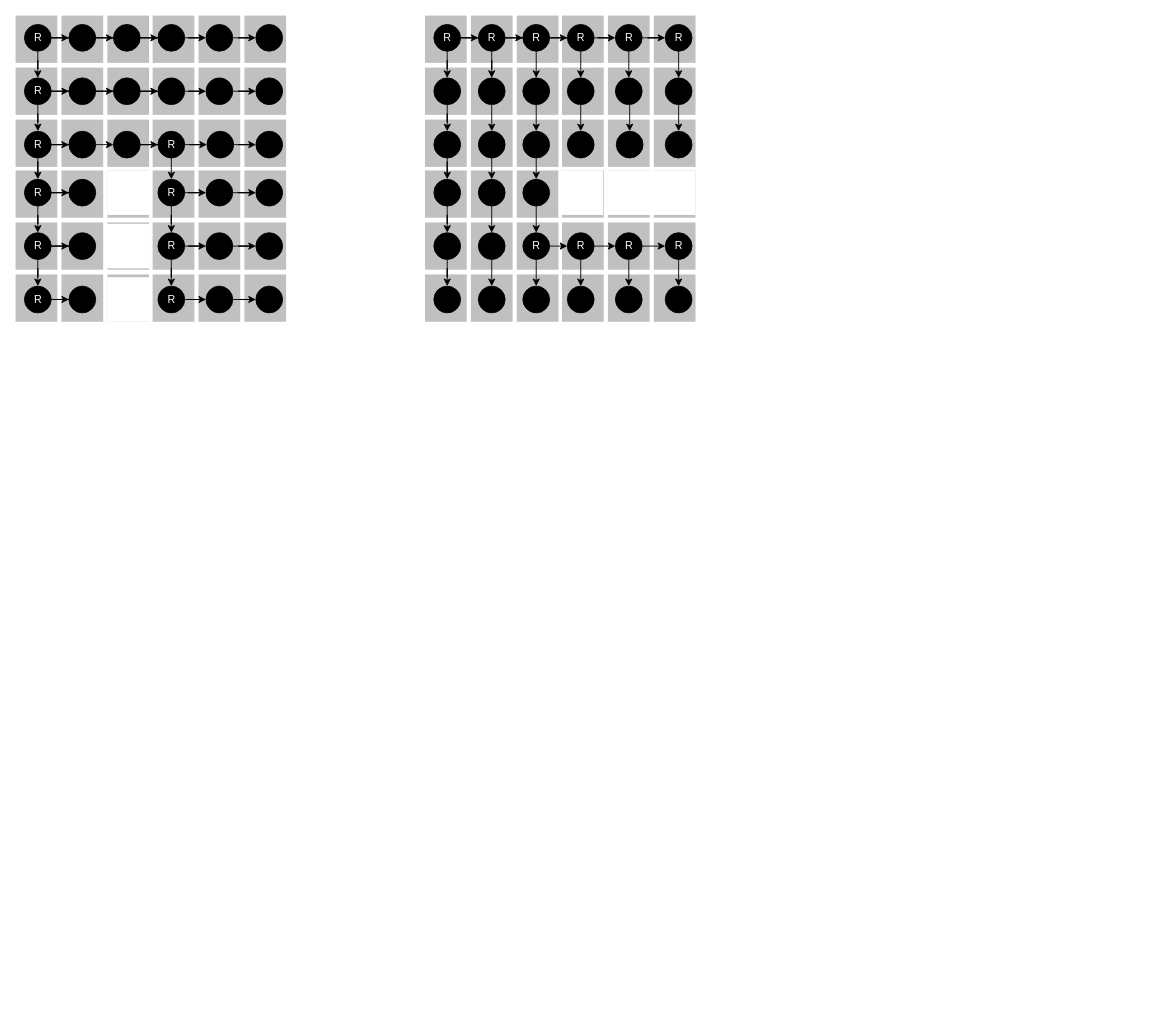
Earlier version of the draw.io diagram page "Page-5" (5 of 5) of Path planning flow chart.drawio (RandikaVS/Edfoci-chat-server). Source tidied: cells renumbered, new cells numbered last; positions are measured from the earlier drawing's top-left corner, leaving out a move shared by most shapes. Both pictures are drawn from the tidied source at 89%, with x=0, y=0 at pixel (15, 15).
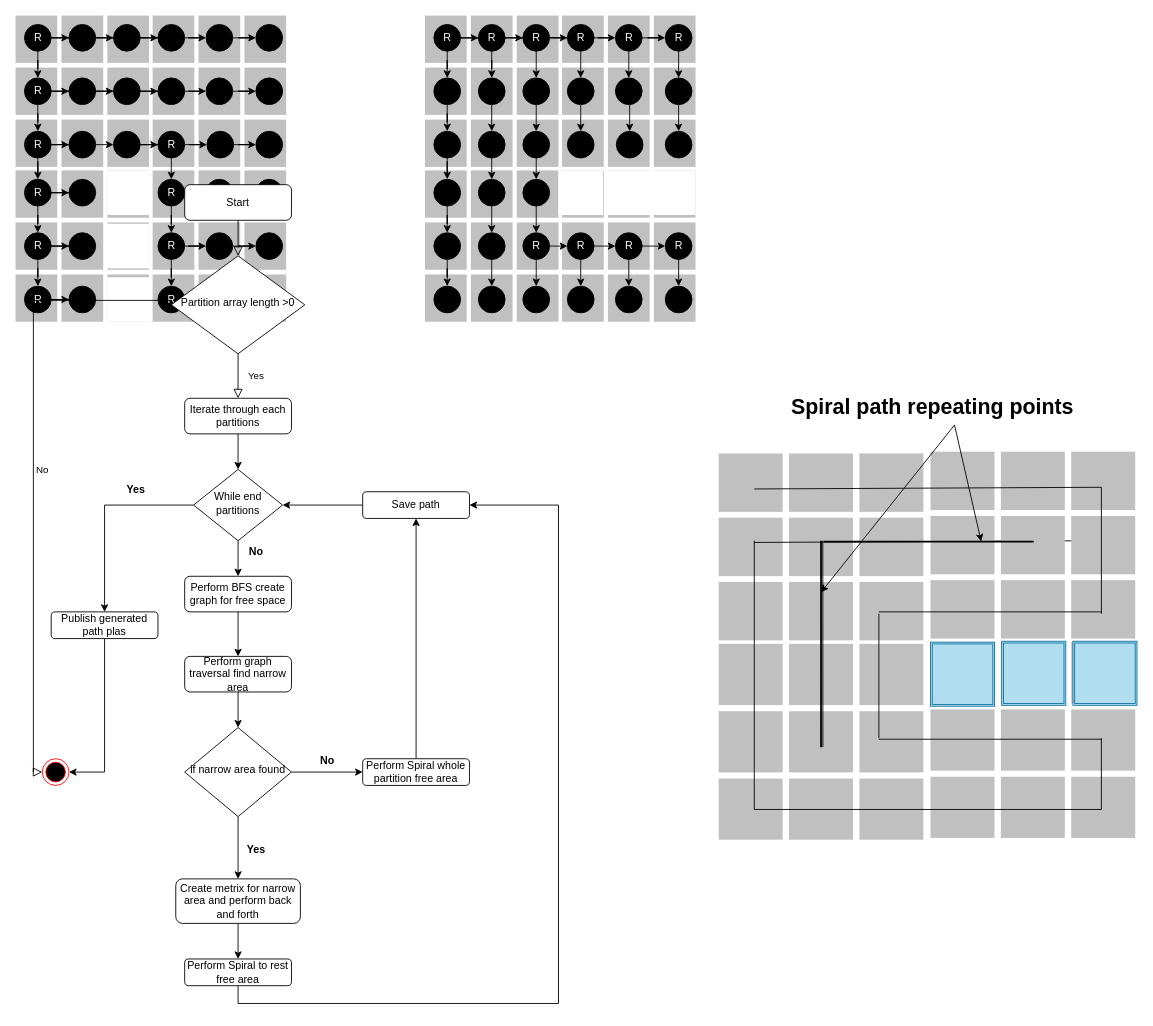
Above is the later version.

The edit, as a diff of the source:
```diff
@@
+    <mxCell id="157" style="rounded=0;html=1;jettySize=auto;fontSize=11;endArrow=block;endFill=0;endSize=8;strokeWidth=1;shadow=0;labelBackgroundColor=none;edgeStyle=orthogonalEdgeStyle;exitX=0.5;exitY=1;exitDx=0;exitDy=0;" parent="1" edge="1" source="163" target="160">
+      <mxGeometry relative="1" as="geometry" />
+    </mxCell>
+    <mxCell id="158" value="Yes" style="rounded=0;html=1;jettySize=auto;fontSize=11;endArrow=block;endFill=0;endSize=8;strokeWidth=1;shadow=0;labelBackgroundColor=none;edgeStyle=orthogonalEdgeStyle;entryX=0.5;entryY=0;entryDx=0;entryDy=0;" parent="1" edge="1" source="160" target="162">
+      <mxGeometry y="20" relative="1" as="geometry" />
+    </mxCell>
+    <mxCell id="159" value="No" style="edgeStyle=orthogonalEdgeStyle;rounded=0;html=1;jettySize=auto;fontSize=11;endArrow=block;endFill=0;endSize=8;strokeWidth=1;shadow=0;labelBackgroundColor=none;exitX=0;exitY=0.5;exitDx=0;exitDy=0;entryX=0;entryY=0.5;entryDx=0;entryDy=0;" parent="1" edge="1" source="160" target="181">
+      <mxGeometry y="10" relative="1" as="geometry">
+        <Array as="points">
+          <mxPoint x="175" y="320" />
+          <mxPoint x="20" y="320" />
+          <mxPoint x="20" y="850" />
+        </Array>
+      </mxGeometry>
+    </mxCell>
+    <mxCell id="160" value="Partition array length &amp;gt;0" style="rhombus;whiteSpace=wrap;html=1;shadow=0;fontFamily=Helvetica;fontSize=12;align=center;strokeWidth=1;spacing=6;spacingTop=-4;" parent="1" vertex="1">
+      <mxGeometry x="175" y="270" width="150" height="110" as="geometry" />
+    </mxCell>
+    <mxCell id="161" style="edgeStyle=orthogonalEdgeStyle;rounded=0;jettySize=auto;html=1;exitX=0.5;exitY=1;exitDx=0;exitDy=0;entryX=0.5;entryY=0;entryDx=0;entryDy=0;" parent="1" edge="1" source="162" target="168">
+      <mxGeometry relative="1" as="geometry" />
+    </mxCell>
+    <mxCell id="162" value="Iterate through each partitions" style="rounded=1;whiteSpace=wrap;html=1;fontSize=12;glass=0;strokeWidth=1;shadow=0;" parent="1" vertex="1">
+      <mxGeometry x="190" y="430" width="120" height="40" as="geometry" />
+    </mxCell>
+    <mxCell id="163" value="Start" style="rounded=1;whiteSpace=wrap;html=1;fontSize=12;glass=0;strokeWidth=1;shadow=0;" parent="1" vertex="1">
+      <mxGeometry x="190" y="190" width="120" height="40" as="geometry" />
+    </mxCell>
+    <mxCell id="164" style="edgeStyle=orthogonalEdgeStyle;rounded=0;jettySize=auto;html=1;exitX=0.5;exitY=1;exitDx=0;exitDy=0;entryX=0.5;entryY=0;entryDx=0;entryDy=0;" parent="1" edge="1" source="165" target="170">
+      <mxGeometry relative="1" as="geometry" />
+    </mxCell>
+    <mxCell id="165" value="Perform BFS create graph for free space" style="rounded=1;whiteSpace=wrap;html=1;fontSize=12;glass=0;strokeWidth=1;shadow=0;" parent="1" vertex="1">
+      <mxGeometry x="190" y="630" width="120" height="40" as="geometry" />
+    </mxCell>
+    <mxCell id="166" style="edgeStyle=orthogonalEdgeStyle;rounded=0;jettySize=auto;html=1;exitX=0.5;exitY=1;exitDx=0;exitDy=0;entryX=0.5;entryY=0;entryDx=0;entryDy=0;" parent="1" edge="1" source="168" target="165">
+      <mxGeometry relative="1" as="geometry" />
+    </mxCell>
+    <mxCell id="167" style="edgeStyle=orthogonalEdgeStyle;rounded=0;jettySize=auto;html=1;exitX=0;exitY=0.5;exitDx=0;exitDy=0;entryX=0.5;entryY=0;entryDx=0;entryDy=0;" parent="1" edge="1" source="168" target="186">
+      <mxGeometry relative="1" as="geometry" />
+    </mxCell>
+    <mxCell id="168" value="While end partitions" style="rhombus;whiteSpace=wrap;html=1;shadow=0;fontFamily=Helvetica;fontSize=12;align=center;strokeWidth=1;spacing=6;spacingTop=-4;" parent="1" vertex="1">
+      <mxGeometry x="200" y="510" width="100" height="80" as="geometry" />
+    </mxCell>
+    <mxCell id="169" style="edgeStyle=orthogonalEdgeStyle;rounded=0;jettySize=auto;html=1;exitX=0.5;exitY=1;exitDx=0;exitDy=0;entryX=0.5;entryY=0;entryDx=0;entryDy=0;" parent="1" edge="1" source="170" target="173">
+      <mxGeometry relative="1" as="geometry" />
+    </mxCell>
+    <mxCell id="170" value="Perform graph traversal find narrow area" style="rounded=1;whiteSpace=wrap;html=1;fontSize=12;glass=0;strokeWidth=1;shadow=0;" parent="1" vertex="1">
+      <mxGeometry x="190" y="720" width="120" height="40" as="geometry" />
+    </mxCell>
+    <mxCell id="171" style="edgeStyle=orthogonalEdgeStyle;rounded=0;jettySize=auto;html=1;exitX=1;exitY=0.5;exitDx=0;exitDy=0;entryX=0;entryY=0.5;entryDx=0;entryDy=0;" parent="1" edge="1" source="173" target="184">
+      <mxGeometry relative="1" as="geometry" />
+    </mxCell>
+    <mxCell id="172" style="edgeStyle=orthogonalEdgeStyle;rounded=0;jettySize=auto;html=1;exitX=0.5;exitY=1;exitDx=0;exitDy=0;" parent="1" edge="1" source="173" target="177">
+      <mxGeometry relative="1" as="geometry" />
+    </mxCell>
+    <mxCell id="173" value="if narrow area found" style="rhombus;whiteSpace=wrap;html=1;shadow=0;fontFamily=Helvetica;fontSize=12;align=center;strokeWidth=1;spacing=6;spacingTop=-4;" parent="1" vertex="1">
+      <mxGeometry x="190" y="800" width="120" height="100" as="geometry" />
+    </mxCell>
+    <mxCell id="174" value="No" style="text;align=center;fontStyle=1;verticalAlign=middle;spacingLeft=3;spacingRight=3;strokeColor=none;html=1;" parent="1" vertex="1">
+      <mxGeometry x="310" y="824" width="80" height="26" as="geometry" />
+    </mxCell>
+    <mxCell id="175" value="No" style="text;align=center;fontStyle=1;verticalAlign=middle;spacingLeft=3;spacingRight=3;strokeColor=none;html=1;" parent="1" vertex="1">
+      <mxGeometry x="230" y="590" width="80" height="26" as="geometry" />
+    </mxCell>
+    <mxCell id="176" style="edgeStyle=orthogonalEdgeStyle;rounded=0;jettySize=auto;html=1;exitX=0.5;exitY=1;exitDx=0;exitDy=0;entryX=0.5;entryY=0;entryDx=0;entryDy=0;" parent="1" edge="1" source="177" target="180">
+      <mxGeometry relative="1" as="geometry" />
+    </mxCell>
+    <mxCell id="177" value="Create metrix for narrow area and perform back and forth" style="rounded=1;whiteSpace=wrap;html=1;fontSize=12;glass=0;strokeWidth=1;shadow=0;" parent="1" vertex="1">
+      <mxGeometry x="180" y="970" width="140" height="50" as="geometry" />
+    </mxCell>
+    <mxCell id="178" value="Yes" style="text;align=center;fontStyle=1;verticalAlign=middle;spacingLeft=3;spacingRight=3;strokeColor=none;html=1;" parent="1" vertex="1">
+      <mxGeometry x="230" y="924" width="80" height="26" as="geometry" />
+    </mxCell>
+    <mxCell id="179" style="edgeStyle=orthogonalEdgeStyle;rounded=0;jettySize=auto;html=1;exitX=0.5;exitY=1;exitDx=0;exitDy=0;entryX=1;entryY=0.5;entryDx=0;entryDy=0;" parent="1" edge="1" source="180" target="213">
+      <mxGeometry relative="1" as="geometry">
+        <Array as="points">
+          <mxPoint x="250" y="1110" />
+          <mxPoint x="610" y="1110" />
+          <mxPoint x="610" y="550" />
+        </Array>
+      </mxGeometry>
+    </mxCell>
+    <mxCell id="180" value="Perform Spiral to rest free area" style="rounded=1;whiteSpace=wrap;html=1;fontSize=12;glass=0;strokeWidth=1;shadow=0;" parent="1" vertex="1">
+      <mxGeometry x="190" y="1060" width="120" height="30" as="geometry" />
+    </mxCell>
+    <mxCell id="181" style="ellipse;html=1;shape=endState;fillColor=#000000;strokeColor=#ff0000;" parent="1" vertex="1">
+      <mxGeometry x="30" y="835" width="30" height="30" as="geometry" />
+    </mxCell>
+    <mxCell id="182" value="Yes" style="text;align=center;fontStyle=1;verticalAlign=middle;spacingLeft=3;spacingRight=3;strokeColor=none;html=1;" parent="1" vertex="1">
+      <mxGeometry x="95" y="520" width="80" height="26" as="geometry" />
+    </mxCell>
+    <mxCell id="183" style="edgeStyle=orthogonalEdgeStyle;rounded=0;jettySize=auto;html=1;exitX=0.5;exitY=0;exitDx=0;exitDy=0;" parent="1" edge="1" source="184" target="213">
+      <mxGeometry relative="1" as="geometry" />
+    </mxCell>
+    <mxCell id="184" value="Perform Spiral whole partition free area" style="rounded=1;whiteSpace=wrap;html=1;fontSize=12;glass=0;strokeWidth=1;shadow=0;" parent="1" vertex="1">
+      <mxGeometry x="390" y="835" width="120" height="30" as="geometry" />
+    </mxCell>
+    <mxCell id="185" style="edgeStyle=orthogonalEdgeStyle;rounded=0;jettySize=auto;html=1;exitX=0.5;exitY=1;exitDx=0;exitDy=0;entryX=1;entryY=0.5;entryDx=0;entryDy=0;" parent="1" edge="1" source="186" target="181">
+      <mxGeometry relative="1" as="geometry" />
+    </mxCell>
+    <mxCell id="186" value="Publish generated path plas" style="rounded=1;whiteSpace=wrap;html=1;fontSize=12;glass=0;strokeWidth=1;shadow=0;" parent="1" vertex="1">
+      <mxGeometry x="40" y="670" width="120" height="30" as="geometry" />
+    </mxCell>
+    <mxCell id="187" style="group;" parent="1" vertex="1">
+      <mxGeometry x="790" y="490" width="470" height="436" as="geometry" />
+    </mxCell>
+    <mxCell id="188" style="group;" parent="187" vertex="1">
+      <mxGeometry y="2" width="230" height="434" as="geometry" />
+    </mxCell>
+    <mxCell id="189" style="html=1;verticalLabelPosition=bottom;labelBackgroundColor=#ffffff;verticalAlign=top;shadow=0;dashed=0;strokeWidth=1;shape=mxgraph.ios7ui.iconGrid;fillColor=#c0c0c0;gridSize=3,3;" parent="188" vertex="1">
+      <mxGeometry width="230" height="210" as="geometry" />
+    </mxCell>
+    <mxCell id="190" style="html=1;verticalLabelPosition=bottom;labelBackgroundColor=#ffffff;verticalAlign=top;shadow=0;dashed=0;strokeWidth=1;shape=mxgraph.ios7ui.iconGrid;fillColor=#c0c0c0;gridSize=3,3;" parent="188" vertex="1">
+      <mxGeometry y="214" width="230" height="220" as="geometry" />
+    </mxCell>
+    <mxCell id="191" style="endArrow=none;html=1;strokeWidth=1;rounded=0;exitX=0.835;exitY=0.867;exitDx=0;exitDy=0;exitPerimeter=0;" parent="188" edge="1">
+      <mxGeometry relative="1" as="geometry">
+        <mxPoint x="180" y="320" as="sourcePoint" />
+        <mxPoint x="180" y="180" as="targetPoint" />
+      </mxGeometry>
+    </mxCell>
+    <mxCell id="192" style="endArrow=none;html=1;strokeWidth=1;rounded=0;exitX=0.835;exitY=0.867;exitDx=0;exitDy=0;exitPerimeter=0;" parent="188" edge="1">
+      <mxGeometry relative="1" as="geometry">
+        <mxPoint x="40" y="400" as="sourcePoint" />
+        <mxPoint x="40" y="98" as="targetPoint" />
+      </mxGeometry>
+    </mxCell>
+    <mxCell id="193" style="endArrow=none;html=1;strokeWidth=1;rounded=0;exitX=0.835;exitY=0.867;exitDx=0;exitDy=0;exitPerimeter=0;" parent="188" edge="1">
+      <mxGeometry relative="1" as="geometry">
+        <mxPoint x="117.1" y="329.9" as="sourcePoint" />
+        <mxPoint x="117" y="98" as="targetPoint" />
+      </mxGeometry>
+    </mxCell>
+    <mxCell id="194" style="endArrow=none;html=1;strokeWidth=1;rounded=0;exitX=0.174;exitY=0.19;exitDx=0;exitDy=0;exitPerimeter=0;" parent="188" edge="1">
+      <mxGeometry relative="1" as="geometry">
+        <mxPoint x="40" y="100" as="sourcePoint" />
+        <mxPoint x="430" y="98" as="targetPoint" />
+      </mxGeometry>
+    </mxCell>
+    <mxCell id="195" style="line;strokeWidth=2;direction=south;html=1;" parent="188" vertex="1">
+      <mxGeometry x="110" y="98" width="10" height="232" as="geometry" />
+    </mxCell>
+    <mxCell id="196" style="group;" parent="187" vertex="1">
+      <mxGeometry x="238" width="232" height="434" as="geometry" />
+    </mxCell>
+    <mxCell id="197" style="html=1;verticalLabelPosition=bottom;labelBackgroundColor=#ffffff;verticalAlign=top;shadow=0;dashed=0;strokeWidth=1;shape=mxgraph.ios7ui.iconGrid;fillColor=#c0c0c0;gridSize=3,3;" parent="196" vertex="1">
+      <mxGeometry width="230" height="210" as="geometry" />
+    </mxCell>
+    <mxCell id="198" style="html=1;verticalLabelPosition=bottom;labelBackgroundColor=#ffffff;verticalAlign=top;shadow=0;dashed=0;strokeWidth=1;shape=mxgraph.ios7ui.iconGrid;fillColor=#c0c0c0;gridSize=3,3;" parent="196" vertex="1">
+      <mxGeometry y="214" width="230" height="220" as="geometry" />
+    </mxCell>
+    <mxCell id="199" style="shape=ext;double=1;whiteSpace=wrap;html=1;strokeColor=#10739e;fillColor=#b1ddf0;" parent="196" vertex="1">
+      <mxGeometry x="160" y="213" width="72" height="72" as="geometry" />
+    </mxCell>
+    <mxCell id="200" style="shape=ext;double=1;whiteSpace=wrap;html=1;strokeColor=#10739e;fillColor=#b1ddf0;" parent="196" vertex="1">
+      <mxGeometry x="80" y="213" width="72" height="72" as="geometry" />
+    </mxCell>
+    <mxCell id="201" style="shape=ext;double=1;whiteSpace=wrap;html=1;strokeColor=#10739e;fillColor=#b1ddf0;" parent="196" vertex="1">
+      <mxGeometry y="214" width="72" height="72" as="geometry" />
+    </mxCell>
+    <mxCell id="202" style="endArrow=none;html=1;strokeWidth=1;rounded=0;" parent="196" edge="1">
+      <mxGeometry relative="1" as="geometry">
+        <mxPoint x="-58" y="323.1" as="sourcePoint" />
+        <mxPoint x="192" y="323.1" as="targetPoint" />
+      </mxGeometry>
+    </mxCell>
+    <mxCell id="203" style="endArrow=none;html=1;strokeWidth=1;rounded=0;" parent="196" edge="1">
+      <mxGeometry relative="1" as="geometry">
+        <mxPoint x="192" y="402" as="sourcePoint" />
+        <mxPoint x="192" y="322" as="targetPoint" />
+      </mxGeometry>
+    </mxCell>
+    <mxCell id="204" style="endArrow=none;html=1;strokeWidth=1;rounded=0;exitX=0.174;exitY=0.19;exitDx=0;exitDy=0;exitPerimeter=0;" parent="196" edge="1">
+      <mxGeometry relative="1" as="geometry">
+        <mxPoint x="-198" y="402" as="sourcePoint" />
+        <mxPoint x="192" y="402" as="targetPoint" />
+      </mxGeometry>
+    </mxCell>
+    <mxCell id="205" style="line;strokeWidth=2;direction=west;html=1;" parent="196" vertex="1">
+      <mxGeometry x="-120" y="96" width="236" height="10" as="geometry" />
+    </mxCell>
+    <mxCell id="206" style="endArrow=none;html=1;strokeWidth=1;rounded=0;exitX=0.174;exitY=0.19;exitDx=0;exitDy=0;exitPerimeter=0;" parent="1" edge="1" source="189">
+      <mxGeometry relative="1" as="geometry">
+        <mxPoint x="1220" y="530" as="targetPoint" />
+      </mxGeometry>
+    </mxCell>
+    <mxCell id="207" style="endArrow=none;html=1;strokeWidth=1;rounded=0;" parent="1" edge="1">
+      <mxGeometry relative="1" as="geometry">
+        <mxPoint x="970" y="670" as="sourcePoint" />
+        <mxPoint x="1220" y="670" as="targetPoint" />
+      </mxGeometry>
+    </mxCell>
+    <mxCell id="208" style="endArrow=none;html=1;strokeWidth=1;rounded=0;exitX=0.835;exitY=0.867;exitDx=0;exitDy=0;exitPerimeter=0;" parent="1" edge="1" source="197">
+      <mxGeometry relative="1" as="geometry">
+        <mxPoint x="1220" y="530" as="targetPoint" />
+      </mxGeometry>
+    </mxCell>
+    <mxCell id="209" value="Spiral path repeating points" style="text;strokeColor=none;fillColor=none;html=1;fontSize=24;fontStyle=1;verticalAlign=middle;align=center;" parent="1" vertex="1">
+      <mxGeometry x="980" y="420" width="100" height="40" as="geometry" />
+    </mxCell>
+    <mxCell id="210" style="endArrow=classic;html=1;rounded=0;exitX=0.75;exitY=1;exitDx=0;exitDy=0;entryX=0.25;entryY=0.5;entryDx=0;entryDy=0;entryPerimeter=0;" parent="1" edge="1" source="209" target="205">
+      <mxGeometry relative="1" as="geometry" />
+    </mxCell>
+    <mxCell id="211" style="endArrow=classic;html=1;rounded=0;exitX=0.75;exitY=1;exitDx=0;exitDy=0;entryX=0.25;entryY=0.5;entryDx=0;entryDy=0;entryPerimeter=0;" parent="1" edge="1" source="209" target="195">
+      <mxGeometry relative="1" as="geometry" />
+    </mxCell>
+    <mxCell id="212" style="edgeStyle=orthogonalEdgeStyle;rounded=0;jettySize=auto;html=1;entryX=1;entryY=0.5;entryDx=0;entryDy=0;" parent="1" edge="1" source="213" target="168">
+      <mxGeometry relative="1" as="geometry" />
+    </mxCell>
+    <mxCell id="213" value="Save path" style="rounded=1;whiteSpace=wrap;html=1;fontSize=12;glass=0;strokeWidth=1;shadow=0;" parent="1" vertex="1">
+      <mxGeometry x="390" y="535" width="120" height="30" as="geometry" />
+    </mxCell>
```
